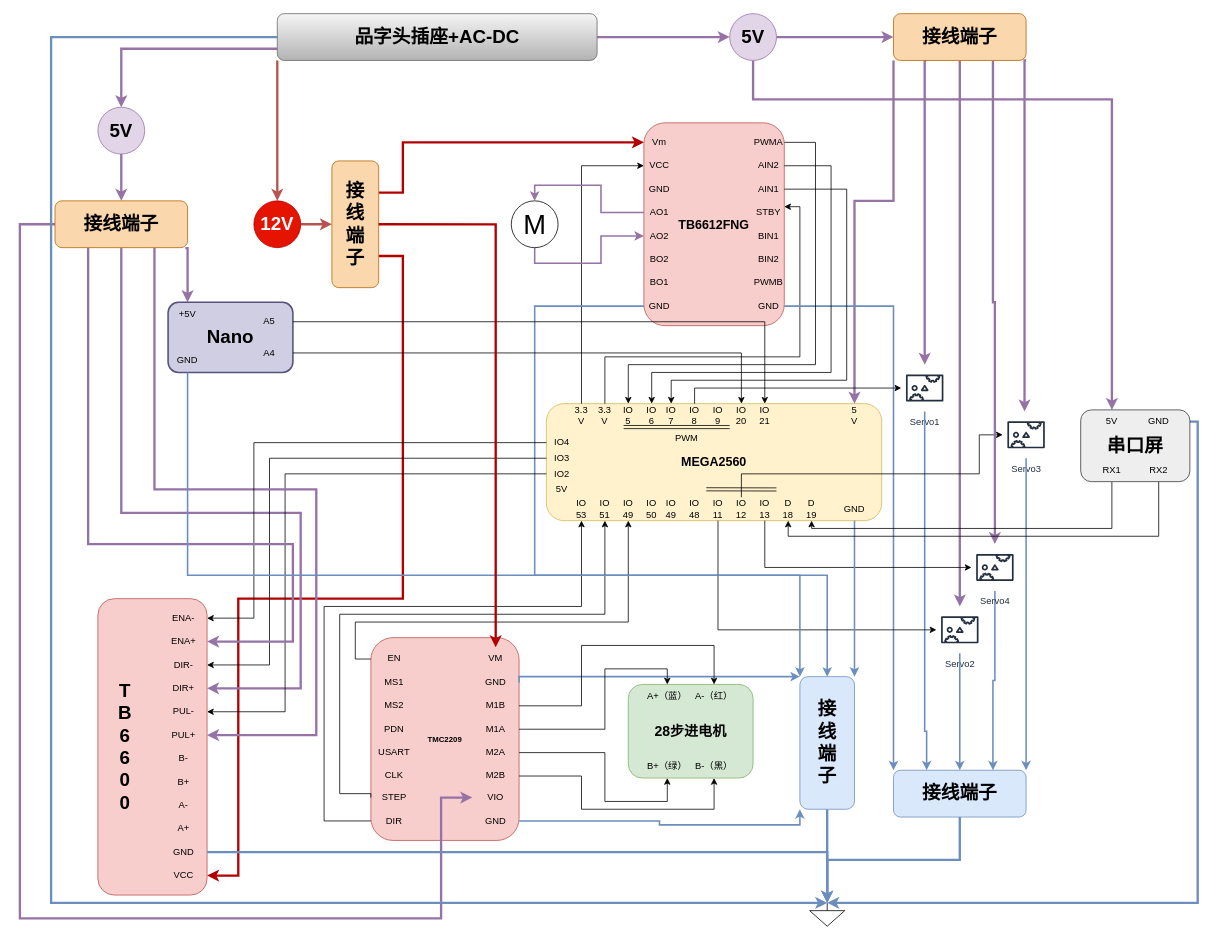
The draw.io diagram 电路图出纸.drawio in xinlanzi/Induisal-design, before the edit. Source tidied: cells renumbered, new cells numbered last; positions are measured from the earlier drawing's top-left corner, leaving out a move shared by most shapes. Both pictures are drawn from the tidied source at 78%, with x=0, y=0 at pixel (20, 13).
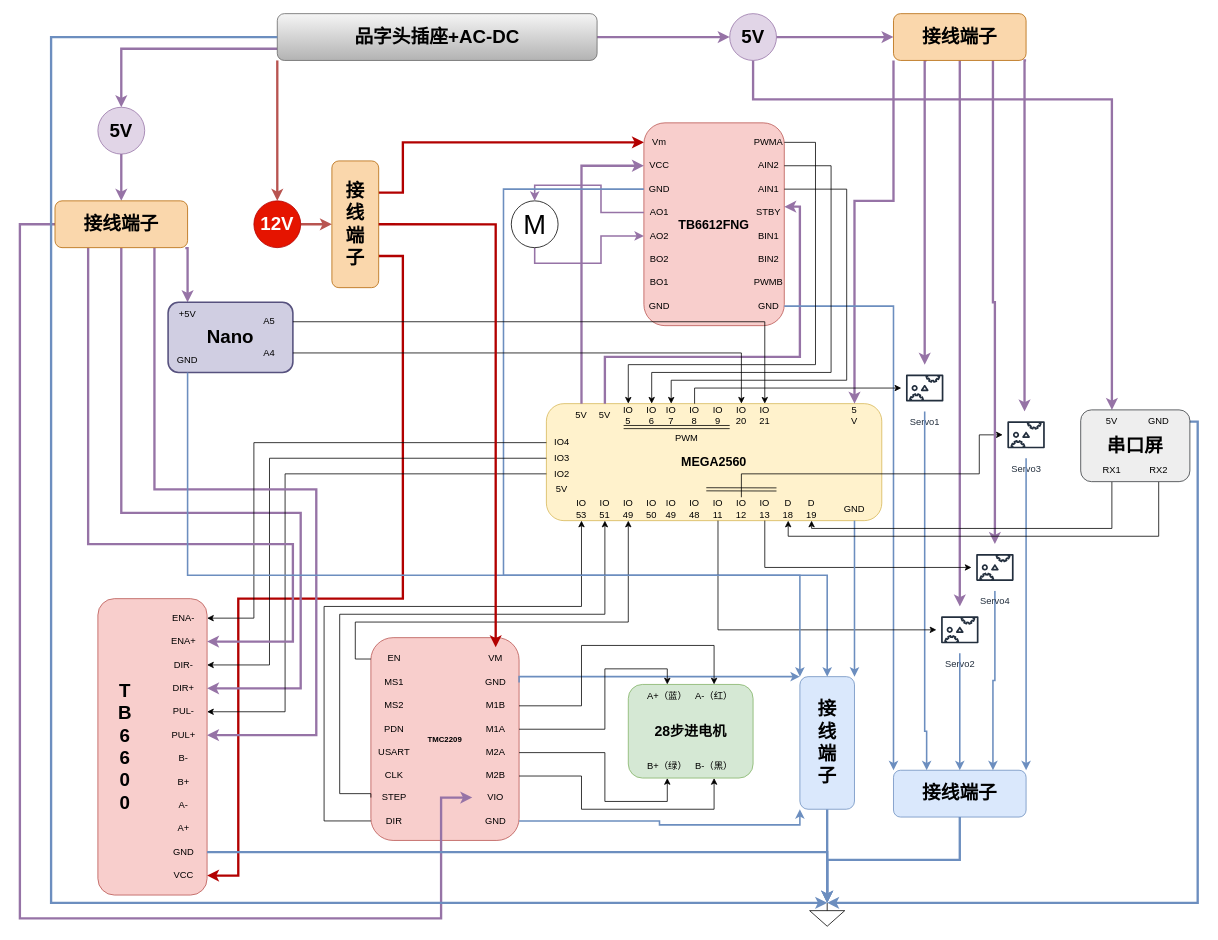
The same diagram, later.

Commit message:
更新电路图出纸.drawio

The change refers to these unchanged cells:
```xml
<mxCell id="7" value="VCC" style="text;html=1;whiteSpace=wrap;strokeColor=none;fillColor=none;align=center;verticalAlign=middle;rounded=0;" parent="4" vertex="1">
  <mxGeometry y="40" width="40" height="30" as="geometry" />
</mxCell>
<mxCell id="8" value="GND" style="text;html=1;whiteSpace=wrap;strokeColor=none;fillColor=none;align=center;verticalAlign=middle;rounded=0;" parent="4" vertex="1">
  <mxGeometry y="70" width="40" height="30" as="geometry" />
</mxCell>
<mxCell id="13" value="GND" style="text;html=1;whiteSpace=wrap;strokeColor=none;fillColor=none;align=center;verticalAlign=middle;rounded=0;" parent="4" vertex="1">
  <mxGeometry y="220" width="40" height="30" as="geometry" />
</mxCell>
<mxCell id="17" value="STBY" style="text;html=1;whiteSpace=wrap;strokeColor=none;fillColor=none;align=center;verticalAlign=middle;rounded=0;" parent="4" vertex="1">
  <mxGeometry x="140" y="100" width="40" height="30" as="geometry" />
</mxCell>
<mxCell id="22" style="group;" parent="1" vertex="1">
  <mxGeometry x="675" y="500" width="430" height="150" as="geometry" />
</mxCell>
<mxCell id="165" value="&lt;font style=&quot;font-size: 24px;&quot;&gt;&lt;b&gt;接&lt;/b&gt;&lt;/font&gt;&lt;div&gt;&lt;b style=&quot;font-size: 24px; background-color: transparent; color: light-dark(rgb(0, 0, 0), rgb(255, 255, 255));&quot;&gt;线&lt;/b&gt;&lt;/div&gt;&lt;div&gt;&lt;b style=&quot;font-size: 24px; background-color: transparent; color: light-dark(rgb(0, 0, 0), rgb(255, 255, 255));&quot;&gt;端&lt;/b&gt;&lt;/div&gt;&lt;div&gt;&lt;b style=&quot;font-size: 24px; background-color: transparent; color: light-dark(rgb(0, 0, 0), rgb(255, 255, 255));&quot;&gt;子&lt;/b&gt;&lt;/div&gt;" style="rounded=1;whiteSpace=wrap;html=1;fillColor=#dae8fc;strokeColor=#6c8ebf;" parent="1" vertex="1">
  <mxGeometry x="1000" y="850" width="70" height="170" as="geometry" />
</mxCell>
```

Change to the diagram source:
```diff
@@
-    <mxCell id="24" value="3.3&lt;div&gt;V&lt;/div&gt;" style="text;html=1;whiteSpace=wrap;strokeColor=none;fillColor=none;align=center;verticalAlign=middle;rounded=0;" parent="22" vertex="1">
+    <mxCell id="24" value="5V" style="text;html=1;whiteSpace=wrap;strokeColor=none;fillColor=none;align=center;verticalAlign=middle;rounded=0;" parent="22" vertex="1">
       <mxGeometry x="30" width="30" height="30" as="geometry" />
     </mxCell>
-    <mxCell id="25" value="3.3&lt;div&gt;V&lt;/div&gt;" style="text;html=1;whiteSpace=wrap;strokeColor=none;fillColor=none;align=center;verticalAlign=middle;rounded=0;" parent="22" vertex="1">
+    <mxCell id="25" value="5V" style="text;html=1;whiteSpace=wrap;strokeColor=none;fillColor=none;align=center;verticalAlign=middle;rounded=0;" parent="22" vertex="1">
       <mxGeometry x="60" width="30" height="30" as="geometry" />
     </mxCell>
@@
-    <mxCell id="53" style="edgeStyle=orthogonalEdgeStyle;rounded=0;jettySize=auto;html=1;exitX=0.5;exitY=0;exitDx=0;exitDy=0;entryX=0;entryY=0.5;entryDx=0;entryDy=0;" parent="1" edge="1" source="24" target="7">
+    <mxCell id="53" style="edgeStyle=orthogonalEdgeStyle;rounded=0;jettySize=auto;html=1;exitX=0.5;exitY=0;exitDx=0;exitDy=0;entryX=0;entryY=0.5;entryDx=0;entryDy=0;strokeWidth=3;fillColor=#e1d5e7;strokeColor=#9673a6;" parent="1" edge="1" source="24" target="7">
       <mxGeometry relative="1" as="geometry" />
     </mxCell>
-    <mxCell id="54" style="edgeStyle=orthogonalEdgeStyle;rounded=0;jettySize=auto;html=1;exitX=0.5;exitY=0;exitDx=0;exitDy=0;entryX=1;entryY=0.25;entryDx=0;entryDy=0;" parent="1" edge="1" source="25" target="17">
+    <mxCell id="54" style="edgeStyle=orthogonalEdgeStyle;rounded=0;jettySize=auto;html=1;exitX=0.5;exitY=0;exitDx=0;exitDy=0;entryX=1;entryY=0.25;entryDx=0;entryDy=0;fillColor=#e1d5e7;strokeColor=#9673a6;strokeWidth=3;" parent="1" edge="1" source="25" target="17">
       <mxGeometry relative="1" as="geometry">
         <Array as="points">
           <mxPoint x="750" y="440" />
           <mxPoint x="1000" y="440" />
           <mxPoint x="1000" y="248" />
         </Array>
       </mxGeometry>
     </mxCell>
@@
-    <mxCell id="66" style="edgeStyle=orthogonalEdgeStyle;rounded=0;jettySize=auto;html=1;exitX=0;exitY=0.5;exitDx=0;exitDy=0;entryX=0.5;entryY=0;entryDx=0;entryDy=0;strokeWidth=2;fillColor=#dae8fc;strokeColor=#6c8ebf;" parent="1" edge="1" source="13" target="165">
+    <mxCell id="66" style="edgeStyle=orthogonalEdgeStyle;rounded=0;jettySize=auto;html=1;exitX=0;exitY=0.5;exitDx=0;exitDy=0;entryX=0.5;entryY=0;entryDx=0;entryDy=0;strokeWidth=2;fillColor=#dae8fc;strokeColor=#6c8ebf;" parent="1" edge="1" source="8" target="165">
       <mxGeometry relative="1" as="geometry">
         <Array as="points">
-          <mxPoint x="660" y="375" />
-          <mxPoint x="660" y="720" />
+          <mxPoint x="620" y="225" />
+          <mxPoint x="620" y="720" />
           <mxPoint x="1035" y="720" />
         </Array>
       </mxGeometry>
     </mxCell>
```
